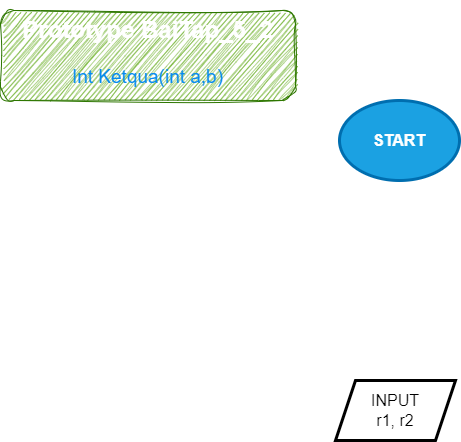
Above: Lab_2/Bai_5/FlowBai_5_2.drawio.png in MinkWungNe/NLNNLT (draw.io), before the change. Source tidied: cells renumbered, new cells last; positions are measured from the earlier drawing's top-left corner, leaving out a move shared by most shapes.
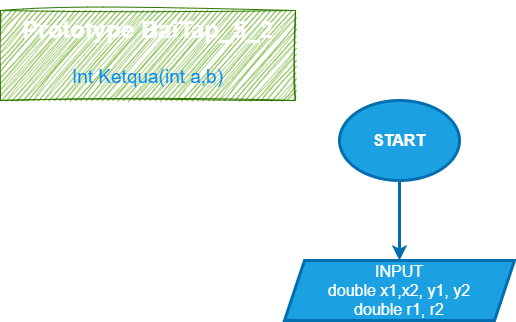
Later version of the same file.

Commit message:
Enhance flowchart readability with color highlights

Change to the diagram source:
```diff
@@ -2,14 +2,17 @@
   <root>
     <mxCell id="0" />
     <mxCell id="1" parent="0" />
-    <mxCell id="2" value="&lt;h1&gt;&lt;span style=&quot;background-color: initial;&quot;&gt;Prototype BaiTap_5_2&lt;/span&gt;&lt;/h1&gt;&lt;h1&gt;&lt;span style=&quot;font-weight: 400;&quot;&gt;&lt;font color=&quot;#058af0&quot; style=&quot;font-size: 19px;&quot;&gt;Int Ketqua(int a,b)&lt;/font&gt;&lt;/span&gt;&lt;/h1&gt;" style="text;html=1;strokeColor=#2D7600;fillColor=#60a917;spacing=5;spacingTop=-20;whiteSpace=wrap;overflow=hidden;rounded=1;fontColor=#ffffff;sketch=1;curveFitting=1;jiggle=2;align=center;" parent="1" vertex="1">
+    <mxCell id="2" value="&lt;h1&gt;&lt;span style=&quot;background-color: initial;&quot;&gt;Prototype BaiTap_5_2&lt;/span&gt;&lt;/h1&gt;&lt;h1&gt;&lt;span style=&quot;font-weight: 400;&quot;&gt;&lt;font color=&quot;#058af0&quot; style=&quot;font-size: 19px;&quot;&gt;Int Ketqua(int a,b)&lt;/font&gt;&lt;/span&gt;&lt;/h1&gt;" style="text;html=1;strokeColor=#2D7600;fillColor=#60a917;spacing=5;spacingTop=-20;whiteSpace=wrap;overflow=hidden;rounded=0;fontColor=#ffffff;sketch=1;curveFitting=1;jiggle=2;align=center;" parent="1" vertex="1">
       <mxGeometry width="295" height="90" as="geometry" />
     </mxCell>
+    <mxCell id="5" style="edgeStyle=none;html=1;strokeWidth=3;fillColor=#1ba1e2;strokeColor=#006EAF;rounded=0;" parent="1" edge="1" source="3" target="4">
+      <mxGeometry relative="1" as="geometry" />
+    </mxCell>
-    <mxCell id="3" value="START" style="ellipse;whiteSpace=wrap;html=1;fillColor=#1ba1e2;fontColor=#ffffff;strokeColor=#006EAF;strokeWidth=3;fontStyle=1;fontSize=16;" parent="1" vertex="1">
+    <mxCell id="3" value="START" style="ellipse;whiteSpace=wrap;html=1;fillColor=#1ba1e2;fontColor=#ffffff;strokeColor=#006EAF;strokeWidth=3;fontStyle=1;fontSize=16;rounded=0;" parent="1" vertex="1">
       <mxGeometry x="339" y="90" width="120" height="80" as="geometry" />
     </mxCell>
-    <mxCell id="4" value="INPUT&lt;br&gt;r1, r2" style="shape=parallelogram;perimeter=parallelogramPerimeter;whiteSpace=wrap;html=1;fixedSize=1;sketch=0;strokeWidth=3;fontSize=16;" parent="1" vertex="1">
-      <mxGeometry x="335" y="370" width="120" height="60" as="geometry" />
+    <mxCell id="4" value="INPUT&lt;br&gt;double x1,x2, y1, y2&lt;br&gt;double r1, r2" style="shape=parallelogram;perimeter=parallelogramPerimeter;whiteSpace=wrap;html=1;fixedSize=1;sketch=0;strokeWidth=3;fontSize=16;fillColor=#1ba1e2;fontColor=#ffffff;strokeColor=#006EAF;rounded=0;" parent="1" vertex="1">
+      <mxGeometry x="284" y="250" width="230" height="60" as="geometry" />
     </mxCell>
   </root>
 </mxGraphModel>
```
